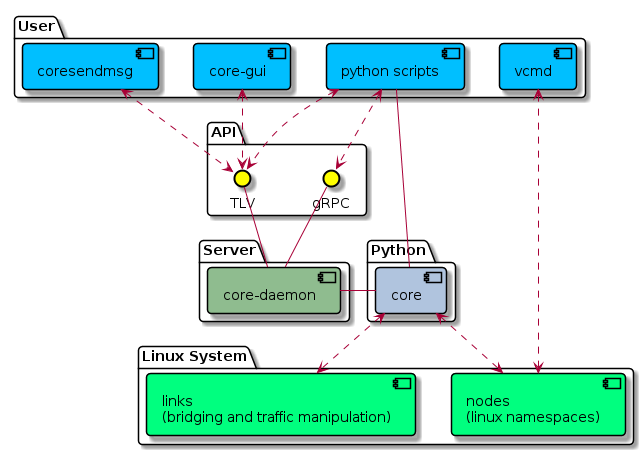
The PlantUML diagram docs/static/architecture.png in pexip/os-core-network, before a commit. Source of this version:
```plantuml
@startuml
skinparam {
    RoundCorner 8
    ComponentStyle uml2
    ComponentBorderColor #Black
    InterfaceBorderColor #Black
    InterfaceBackgroundColor #Yellow
}

package User {
    component "core-gui" as gui #DeepSkyBlue
    component "coresendmsg" #DeepSkyBlue
    component "python scripts" as scripts #DeepSkyBlue
    component vcmd #DeepSkyBlue
}
package Server {
    component "core-daemon" as daemon #DarkSeaGreen
}
package Python {
    component core #LightSteelBlue
}
package "Linux System" {
    component nodes #SpringGreen [
        nodes
        (linux namespaces)
    ]
    component links #SpringGreen [
        links
        (bridging and traffic manipulation)
    ]
}

package API {
    interface TLV as tlv
    interface gRPC as grpc
}

gui <..> tlv
coresendmsg <..> tlv
scripts <..> tlv
scripts <..> grpc
tlv -- daemon
grpc -- daemon
scripts -- core
daemon - core
core <..> nodes
core <..> links
vcmd <..> nodes
@enduml
```
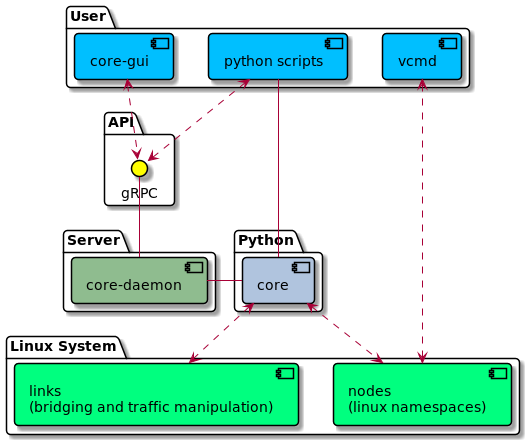
The same file after the commit.

What changed in the source:
```diff
@@ -9,7 +9,6 @@
 
 package User {
     component "core-gui" as gui #DeepSkyBlue
-    component "coresendmsg" #DeepSkyBlue
     component "python scripts" as scripts #DeepSkyBlue
     component vcmd #DeepSkyBlue
 }
@@ -31,15 +30,11 @@
 }
 
 package API {
-    interface TLV as tlv
     interface gRPC as grpc
 }
 
-gui <..> tlv
-coresendmsg <..> tlv
-scripts <..> tlv
+gui <..> grpc
 scripts <..> grpc
-tlv -- daemon
 grpc -- daemon
 scripts -- core
 daemon - core
```
